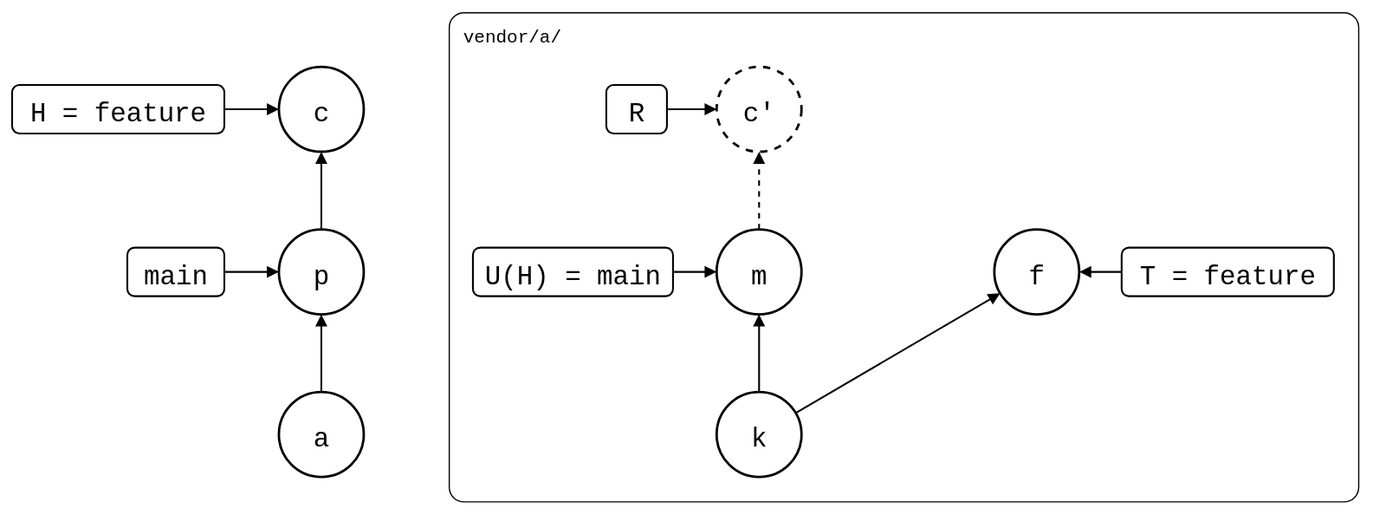
Earlier version of the draw.io export test/scenarios/03-branches-and-teamwork/06-feature-branch-behind-default-branch/feature-branch-behind-default-branch.drawio.svg (roschaefer/git-splice). Source tidied: cells renumbered, new cells last; positions are measured from the earlier drawing's top-left corner, leaving out a move shared by most shapes. Its diagram source:
```xml
<mxGraphModel background="#ffffff">
  <root>
    <mxCell id="0" />
    <mxCell id="1" parent="0" />
    <mxCell id="2" value="vendor/a/" style="rounded=1;arcSize=3;fillColor=none;strokeWidth=1;fontSize=15;verticalAlign=top;align=left;spacingLeft=10;spacingTop=4;fontFamily=Roboto Mono,monospace;" parent="1" vertex="1">
      <mxGeometry x="360" width="750" height="403" as="geometry" />
    </mxCell>
    <mxCell id="3" value="a" style="ellipse;strokeWidth=2;fontSize=22;fontFamily=Roboto Mono,monospace;" parent="1" vertex="1">
      <mxGeometry x="220" y="313" width="70" height="70" as="geometry" />
    </mxCell>
    <mxCell id="4" value="p" style="ellipse;strokeWidth=2;fontSize=22;fontFamily=Roboto Mono,monospace;" parent="1" vertex="1">
      <mxGeometry x="220" y="179" width="70" height="70" as="geometry" />
    </mxCell>
    <mxCell id="5" value="c" style="ellipse;strokeWidth=2;fontSize=22;fontFamily=Roboto Mono,monospace;" parent="1" vertex="1">
      <mxGeometry x="220" y="45" width="70" height="70" as="geometry" />
    </mxCell>
    <mxCell id="6" value="k" style="ellipse;strokeWidth=2;fontSize=22;fontFamily=Roboto Mono,monospace;" parent="1" vertex="1">
      <mxGeometry x="581" y="313" width="70" height="70" as="geometry" />
    </mxCell>
    <mxCell id="7" value="m" style="ellipse;strokeWidth=2;fontSize=22;fontFamily=Roboto Mono,monospace;" parent="1" vertex="1">
      <mxGeometry x="581" y="179" width="70" height="70" as="geometry" />
    </mxCell>
    <mxCell id="8" value="c'" style="ellipse;strokeWidth=2;fontSize=22;fontFamily=Roboto Mono,monospace;dashed=1;" parent="1" vertex="1">
      <mxGeometry x="581" y="45" width="70" height="70" as="geometry" />
    </mxCell>
    <mxCell id="9" value="f" style="ellipse;strokeWidth=2;fontSize=22;fontFamily=Roboto Mono,monospace;" parent="1" vertex="1">
      <mxGeometry x="810" y="179" width="70" height="70" as="geometry" />
    </mxCell>
    <mxCell id="10" style="endArrow=block;endFill=1;strokeWidth=1.5;rounded=0;" parent="1" edge="1" source="3" target="4">
      <mxGeometry relative="1" as="geometry" />
    </mxCell>
    <mxCell id="11" style="endArrow=block;endFill=1;strokeWidth=1.5;rounded=0;" parent="1" edge="1" source="4" target="5">
      <mxGeometry relative="1" as="geometry" />
    </mxCell>
    <mxCell id="12" style="endArrow=block;endFill=1;strokeWidth=1.5;rounded=0;" parent="1" edge="1" source="6" target="7">
      <mxGeometry relative="1" as="geometry" />
    </mxCell>
    <mxCell id="13" style="endArrow=block;endFill=1;strokeWidth=1.5;rounded=0;dashed=1;" parent="1" edge="1" source="7" target="8">
      <mxGeometry relative="1" as="geometry" />
    </mxCell>
    <mxCell id="14" style="endArrow=block;endFill=1;strokeWidth=1.5;rounded=0;" parent="1" edge="1" source="6" target="9">
      <mxGeometry relative="1" as="geometry" />
    </mxCell>
    <mxCell id="15" value="H = feature" style="rounded=1;strokeWidth=1.5;fontSize=22;fontFamily=Roboto Mono,monospace;" parent="1" vertex="1">
      <mxGeometry y="60" width="175" height="40" as="geometry" />
    </mxCell>
    <mxCell id="16" style="endArrow=block;endFill=1;strokeWidth=1.5;rounded=0;" parent="1" edge="1" source="15" target="5">
      <mxGeometry relative="1" as="geometry" />
    </mxCell>
    <mxCell id="17" value="main" style="rounded=1;strokeWidth=1.5;fontSize=22;fontFamily=Roboto Mono,monospace;" parent="1" vertex="1">
      <mxGeometry x="95" y="194" width="80" height="40" as="geometry" />
    </mxCell>
    <mxCell id="18" style="endArrow=block;endFill=1;strokeWidth=1.5;rounded=0;" parent="1" edge="1" source="17" target="4">
      <mxGeometry relative="1" as="geometry" />
    </mxCell>
    <mxCell id="19" value="R" style="rounded=1;strokeWidth=1.5;fontSize=22;fontFamily=Roboto Mono,monospace;" parent="1" vertex="1">
      <mxGeometry x="490" y="60" width="50" height="40" as="geometry" />
    </mxCell>
    <mxCell id="20" style="endArrow=block;endFill=1;strokeWidth=1.5;rounded=0;" parent="1" edge="1" source="19" target="8">
      <mxGeometry relative="1" as="geometry" />
    </mxCell>
    <mxCell id="21" value="U(H) = main" style="rounded=1;strokeWidth=1.5;fontSize=22;fontFamily=Roboto Mono,monospace;" parent="1" vertex="1">
      <mxGeometry x="380" y="194" width="165" height="40" as="geometry" />
    </mxCell>
    <mxCell id="22" style="endArrow=block;endFill=1;strokeWidth=1.5;rounded=0;" parent="1" edge="1" source="21" target="7">
      <mxGeometry relative="1" as="geometry" />
    </mxCell>
    <mxCell id="23" value="T = feature" style="rounded=1;strokeWidth=1.5;fontSize=22;fontFamily=Roboto Mono,monospace;" parent="1" vertex="1">
      <mxGeometry x="915" y="194" width="175" height="40" as="geometry" />
    </mxCell>
    <mxCell id="24" style="endArrow=block;endFill=1;strokeWidth=1.5;rounded=0;" parent="1" edge="1" source="23" target="9">
      <mxGeometry relative="1" as="geometry" />
    </mxCell>
  </root>
</mxGraphModel>
```
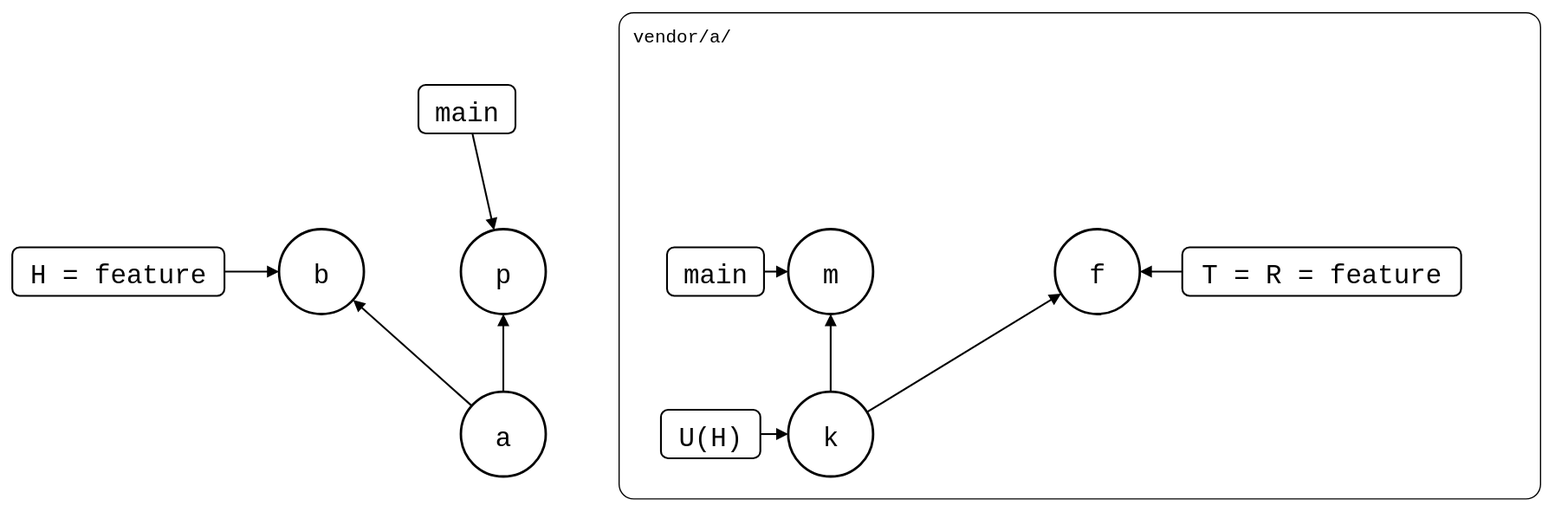
Above is the later version.

Commit message:
docs(scenarios): split feature-branch-behind-default-branch by strategy

Diff of the diagram source:
```diff
@@ -3,73 +3,67 @@
     <mxCell id="0" />
     <mxCell id="1" parent="0" />
     <mxCell id="2" value="vendor/a/" style="rounded=1;arcSize=3;fillColor=none;strokeWidth=1;fontSize=15;verticalAlign=top;align=left;spacingLeft=10;spacingTop=4;fontFamily=Roboto Mono,monospace;" parent="1" vertex="1">
-      <mxGeometry x="360" width="750" height="403" as="geometry" />
+      <mxGeometry x="500" width="760" height="401" as="geometry" />
     </mxCell>
     <mxCell id="3" value="a" style="ellipse;strokeWidth=2;fontSize=22;fontFamily=Roboto Mono,monospace;" parent="1" vertex="1">
-      <mxGeometry x="220" y="313" width="70" height="70" as="geometry" />
+      <mxGeometry x="370" y="313" width="70" height="70" as="geometry" />
     </mxCell>
     <mxCell id="4" value="p" style="ellipse;strokeWidth=2;fontSize=22;fontFamily=Roboto Mono,monospace;" parent="1" vertex="1">
-      <mxGeometry x="220" y="179" width="70" height="70" as="geometry" />
+      <mxGeometry x="370" y="179" width="70" height="70" as="geometry" />
     </mxCell>
-    <mxCell id="5" value="c" style="ellipse;strokeWidth=2;fontSize=22;fontFamily=Roboto Mono,monospace;" parent="1" vertex="1">
-      <mxGeometry x="220" y="45" width="70" height="70" as="geometry" />
-    </mxCell>
+    <mxCell id="25" value="b" style="ellipse;strokeWidth=2;fontSize=22;fontFamily=Roboto Mono,monospace;" parent="1" vertex="1">
+      <mxGeometry x="220" y="179" width="70" height="70" as="geometry" />
+    </mxCell>
     <mxCell id="6" value="k" style="ellipse;strokeWidth=2;fontSize=22;fontFamily=Roboto Mono,monospace;" parent="1" vertex="1">
-      <mxGeometry x="581" y="313" width="70" height="70" as="geometry" />
+      <mxGeometry x="640" y="313" width="70" height="70" as="geometry" />
     </mxCell>
     <mxCell id="7" value="m" style="ellipse;strokeWidth=2;fontSize=22;fontFamily=Roboto Mono,monospace;" parent="1" vertex="1">
-      <mxGeometry x="581" y="179" width="70" height="70" as="geometry" />
+      <mxGeometry x="640" y="179" width="70" height="70" as="geometry" />
     </mxCell>
-    <mxCell id="8" value="c'" style="ellipse;strokeWidth=2;fontSize=22;fontFamily=Roboto Mono,monospace;dashed=1;" parent="1" vertex="1">
-      <mxGeometry x="581" y="45" width="70" height="70" as="geometry" />
-    </mxCell>
     <mxCell id="9" value="f" style="ellipse;strokeWidth=2;fontSize=22;fontFamily=Roboto Mono,monospace;" parent="1" vertex="1">
-      <mxGeometry x="810" y="179" width="70" height="70" as="geometry" />
+      <mxGeometry x="860" y="179" width="70" height="70" as="geometry" />
     </mxCell>
     <mxCell id="10" style="endArrow=block;endFill=1;strokeWidth=1.5;rounded=0;" parent="1" edge="1" source="3" target="4">
       <mxGeometry relative="1" as="geometry" />
     </mxCell>
-    <mxCell id="11" style="endArrow=block;endFill=1;strokeWidth=1.5;rounded=0;" parent="1" edge="1" source="4" target="5">
+    <mxCell id="11" style="endArrow=block;endFill=1;strokeWidth=1.5;rounded=0;" parent="1" edge="1" source="3" target="25">
       <mxGeometry relative="1" as="geometry" />
     </mxCell>
     <mxCell id="12" style="endArrow=block;endFill=1;strokeWidth=1.5;rounded=0;" parent="1" edge="1" source="6" target="7">
       <mxGeometry relative="1" as="geometry" />
     </mxCell>
-    <mxCell id="13" style="endArrow=block;endFill=1;strokeWidth=1.5;rounded=0;dashed=1;" parent="1" edge="1" source="7" target="8">
+    <mxCell id="13" style="endArrow=block;endFill=1;strokeWidth=1.5;rounded=0;" parent="1" edge="1" source="6" target="9">
       <mxGeometry relative="1" as="geometry" />
     </mxCell>
+    <mxCell id="15" value="H = feature" style="rounded=1;strokeWidth=1.5;fontSize=22;fontFamily=Roboto Mono,monospace;" parent="1" vertex="1">
+      <mxGeometry y="194" width="175" height="40" as="geometry" />
+    </mxCell>
-    <mxCell id="14" style="endArrow=block;endFill=1;strokeWidth=1.5;rounded=0;" parent="1" edge="1" source="6" target="9">
+    <mxCell id="14" style="endArrow=block;endFill=1;strokeWidth=1.5;rounded=0;" parent="1" edge="1" source="15" target="25">
       <mxGeometry relative="1" as="geometry" />
     </mxCell>
-    <mxCell id="15" value="H = feature" style="rounded=1;strokeWidth=1.5;fontSize=22;fontFamily=Roboto Mono,monospace;" parent="1" vertex="1">
-      <mxGeometry y="60" width="175" height="40" as="geometry" />
-    </mxCell>
+    <mxCell id="17" value="main" style="rounded=1;strokeWidth=1.5;fontSize=22;fontFamily=Roboto Mono,monospace;" parent="1" vertex="1">
+      <mxGeometry x="335" y="60" width="80" height="40" as="geometry" />
+    </mxCell>
-    <mxCell id="16" style="endArrow=block;endFill=1;strokeWidth=1.5;rounded=0;" parent="1" edge="1" source="15" target="5">
+    <mxCell id="16" style="endArrow=block;endFill=1;strokeWidth=1.5;rounded=0;" parent="1" edge="1" source="17" target="4">
       <mxGeometry relative="1" as="geometry" />
     </mxCell>
-    <mxCell id="17" value="main" style="rounded=1;strokeWidth=1.5;fontSize=22;fontFamily=Roboto Mono,monospace;" parent="1" vertex="1">
-      <mxGeometry x="95" y="194" width="80" height="40" as="geometry" />
-    </mxCell>
+    <mxCell id="21" value="U(H)" style="rounded=1;strokeWidth=1.5;fontSize=22;fontFamily=Roboto Mono,monospace;" parent="1" vertex="1">
+      <mxGeometry x="535" y="328" width="82" height="40" as="geometry" />
+    </mxCell>
-    <mxCell id="18" style="endArrow=block;endFill=1;strokeWidth=1.5;rounded=0;" parent="1" edge="1" source="17" target="4">
+    <mxCell id="18" style="endArrow=block;endFill=1;strokeWidth=1.5;rounded=0;" parent="1" edge="1" source="21" target="6">
       <mxGeometry relative="1" as="geometry" />
     </mxCell>
-    <mxCell id="19" value="R" style="rounded=1;strokeWidth=1.5;fontSize=22;fontFamily=Roboto Mono,monospace;" parent="1" vertex="1">
-      <mxGeometry x="490" y="60" width="50" height="40" as="geometry" />
-    </mxCell>
+    <mxCell id="26" value="main" style="rounded=1;strokeWidth=1.5;fontSize=22;fontFamily=Roboto Mono,monospace;" parent="1" vertex="1">
+      <mxGeometry x="540" y="194" width="80" height="40" as="geometry" />
+    </mxCell>
-    <mxCell id="20" style="endArrow=block;endFill=1;strokeWidth=1.5;rounded=0;" parent="1" edge="1" source="19" target="8">
+    <mxCell id="20" style="endArrow=block;endFill=1;strokeWidth=1.5;rounded=0;" parent="1" edge="1" source="26" target="7">
       <mxGeometry relative="1" as="geometry" />
     </mxCell>
-    <mxCell id="21" value="U(H) = main" style="rounded=1;strokeWidth=1.5;fontSize=22;fontFamily=Roboto Mono,monospace;" parent="1" vertex="1">
-      <mxGeometry x="380" y="194" width="165" height="40" as="geometry" />
-    </mxCell>
+    <mxCell id="23" value="T = R = feature" style="rounded=1;strokeWidth=1.5;fontSize=22;fontFamily=Roboto Mono,monospace;" parent="1" vertex="1">
+      <mxGeometry x="965" y="194" width="230" height="40" as="geometry" />
+    </mxCell>
-    <mxCell id="22" style="endArrow=block;endFill=1;strokeWidth=1.5;rounded=0;" parent="1" edge="1" source="21" target="7">
+    <mxCell id="22" style="endArrow=block;endFill=1;strokeWidth=1.5;rounded=0;" parent="1" edge="1" source="23" target="9">
       <mxGeometry relative="1" as="geometry" />
     </mxCell>
-    <mxCell id="23" value="T = feature" style="rounded=1;strokeWidth=1.5;fontSize=22;fontFamily=Roboto Mono,monospace;" parent="1" vertex="1">
-      <mxGeometry x="915" y="194" width="175" height="40" as="geometry" />
-    </mxCell>
-    <mxCell id="24" style="endArrow=block;endFill=1;strokeWidth=1.5;rounded=0;" parent="1" edge="1" source="23" target="9">
-      <mxGeometry relative="1" as="geometry" />
-    </mxCell>
   </root>
 </mxGraphModel>
```
